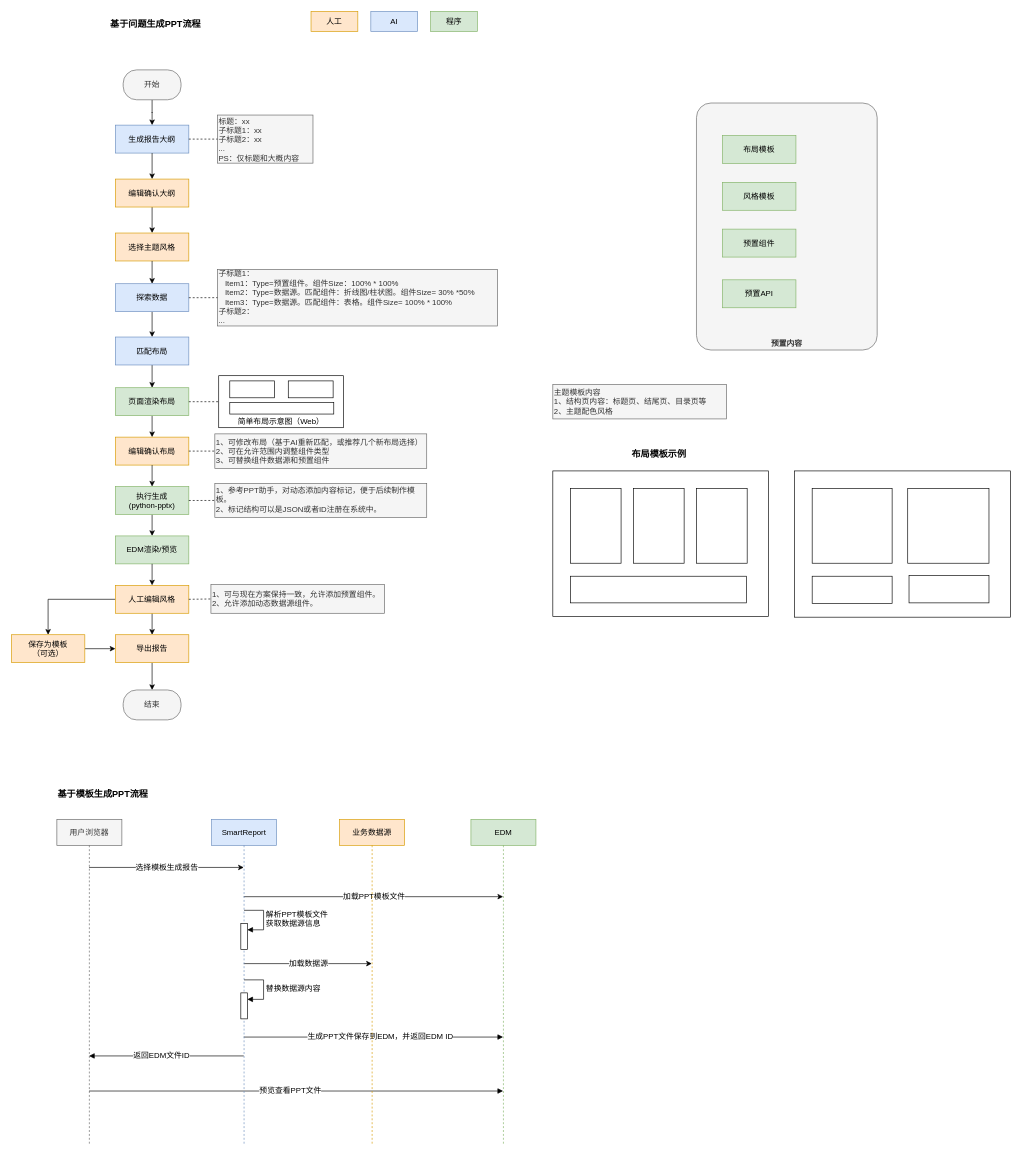
Before: DeepResearch.drawio in zhufeizzz/drawio, a draw.io diagram. Source tidied: cells renumbered, new cells numbered last; positions are measured from the earlier drawing's top-left corner, leaving out a move shared by most shapes. Both pictures are drawn from the tidied source at 65%, with x=0, y=0 at pixel (11, 11).
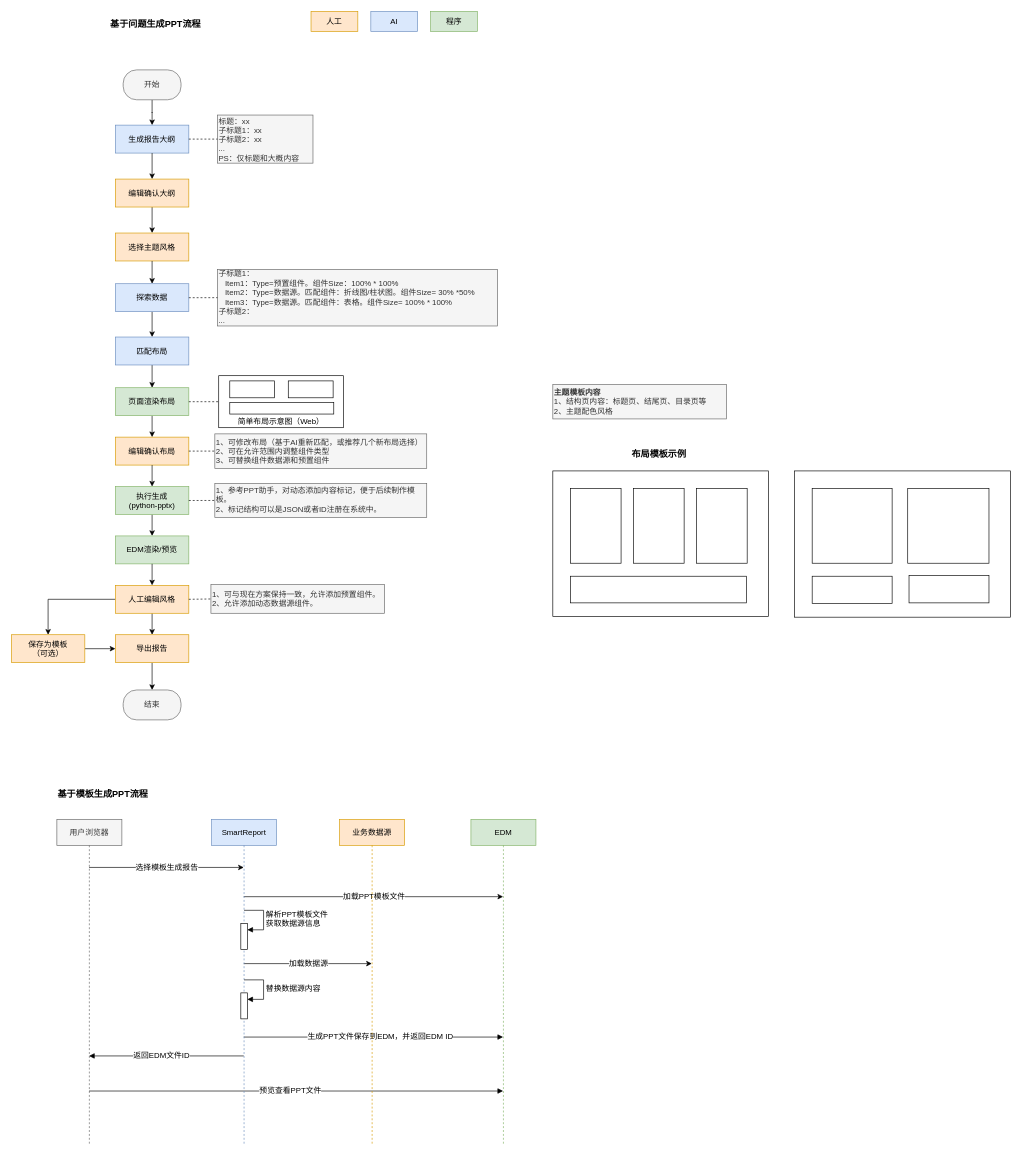
The same page after the edit.

What changed in the source:
```diff
@@
-    <mxCell id="14" value="预置内容" style="rounded=1;whiteSpace=wrap;html=1;arcSize=8;verticalAlign=bottom;fontStyle=1;fillColor=#f5f5f5;fontColor=#333333;strokeColor=#666666;" parent="1" vertex="1">
-      <mxGeometry x="1054" y="141" width="278" height="380" as="geometry" />
-    </mxCell>
-    <mxCell id="15" value="布局模板" style="rounded=0;whiteSpace=wrap;html=1;fillColor=#d5e8d4;strokeColor=#82b366;" parent="1" vertex="1">
-      <mxGeometry x="1094" y="191" width="113" height="43" as="geometry" />
-    </mxCell>
-    <mxCell id="16" value="风格模板" style="rounded=0;whiteSpace=wrap;html=1;fillColor=#d5e8d4;strokeColor=#82b366;" parent="1" vertex="1">
-      <mxGeometry x="1094" y="263" width="113" height="43" as="geometry" />
-    </mxCell>
-    <mxCell id="17" value="预置组件" style="rounded=0;whiteSpace=wrap;html=1;fillColor=#d5e8d4;strokeColor=#82b366;" parent="1" vertex="1">
-      <mxGeometry x="1094" y="335" width="113" height="43" as="geometry" />
-    </mxCell>
-    <mxCell id="18" value="预置API" style="rounded=0;whiteSpace=wrap;html=1;fillColor=#d5e8d4;strokeColor=#82b366;" parent="1" vertex="1">
-      <mxGeometry x="1094" y="413" width="113" height="43" as="geometry" />
-    </mxCell>
@@
-    <mxCell id="63" value="&lt;div style=&quot;&quot;&gt;主题模板内容&lt;/div&gt;&lt;div style=&quot;&quot;&gt;1、结构页内容：标题页、结尾页、目录页等&lt;/div&gt;&lt;div style=&quot;&quot;&gt;2、主题配色风格&lt;/div&gt;" style="rounded=0;whiteSpace=wrap;html=1;align=left;fillColor=#f5f5f5;fontColor=#333333;strokeColor=#666666;" parent="1" vertex="1">
+    <mxCell id="63" value="&lt;div style=&quot;&quot;&gt;&lt;b&gt;主题模板内容&lt;/b&gt;&lt;/div&gt;&lt;div style=&quot;&quot;&gt;1、结构页内容：标题页、结尾页、目录页等&lt;/div&gt;&lt;div style=&quot;&quot;&gt;2、主题配色风格&lt;/div&gt;" style="rounded=0;whiteSpace=wrap;html=1;align=left;fillColor=#f5f5f5;fontColor=#333333;strokeColor=#666666;" parent="1" vertex="1">
       <mxGeometry x="833" y="574" width="267" height="53" as="geometry" />
     </mxCell>
```
